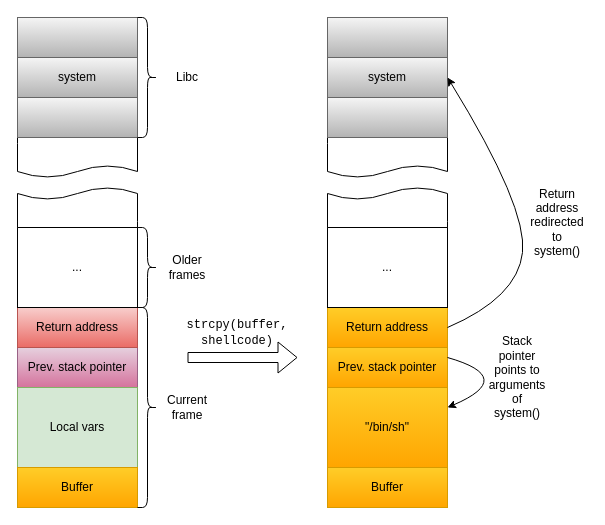
Before: CppZeroCost/2025/diagrams/ReturnToLibc.drawio in yugr/slides, a draw.io diagram. Source tidied: cells renumbered, new cells numbered last; positions are measured from the earlier drawing's top-left corner, leaving out a move shared by most shapes. Both pictures are drawn from the tidied source at 100%, with x=0, y=0 at pixel (17, 17).
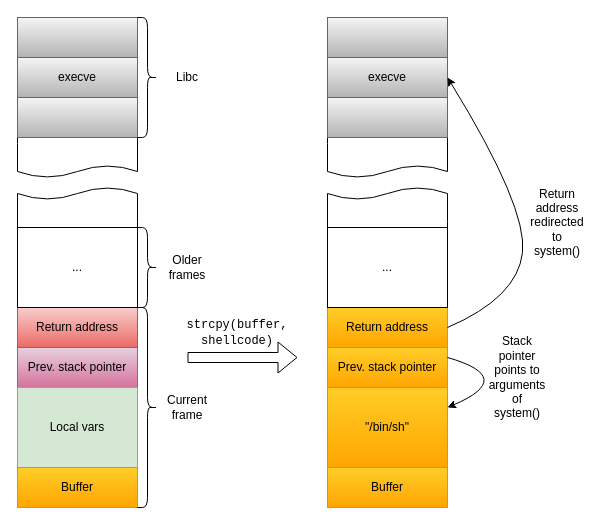
The same diagram, later.

Change to the diagram source:
```diff
@@
-    <mxCell id="18" value="system" style="rounded=0;whiteSpace=wrap;html=1;fillColor=#f5f5f5;gradientColor=#b3b3b3;strokeColor=#666666;" parent="1" vertex="1">
+    <mxCell id="18" value="execve" style="rounded=0;whiteSpace=wrap;html=1;fillColor=#f5f5f5;gradientColor=#b3b3b3;strokeColor=#666666;" parent="1" vertex="1">
       <mxGeometry y="40" width="120" height="40" as="geometry" />
     </mxCell>
@@
-    <mxCell id="23" value="system" style="rounded=0;whiteSpace=wrap;html=1;fillColor=#f5f5f5;gradientColor=#b3b3b3;strokeColor=#666666;" parent="1" vertex="1">
+    <mxCell id="23" value="execve" style="rounded=0;whiteSpace=wrap;html=1;fillColor=#f5f5f5;gradientColor=#b3b3b3;strokeColor=#666666;" parent="1" vertex="1">
       <mxGeometry x="310" y="40" width="120" height="40" as="geometry" />
     </mxCell>
```
